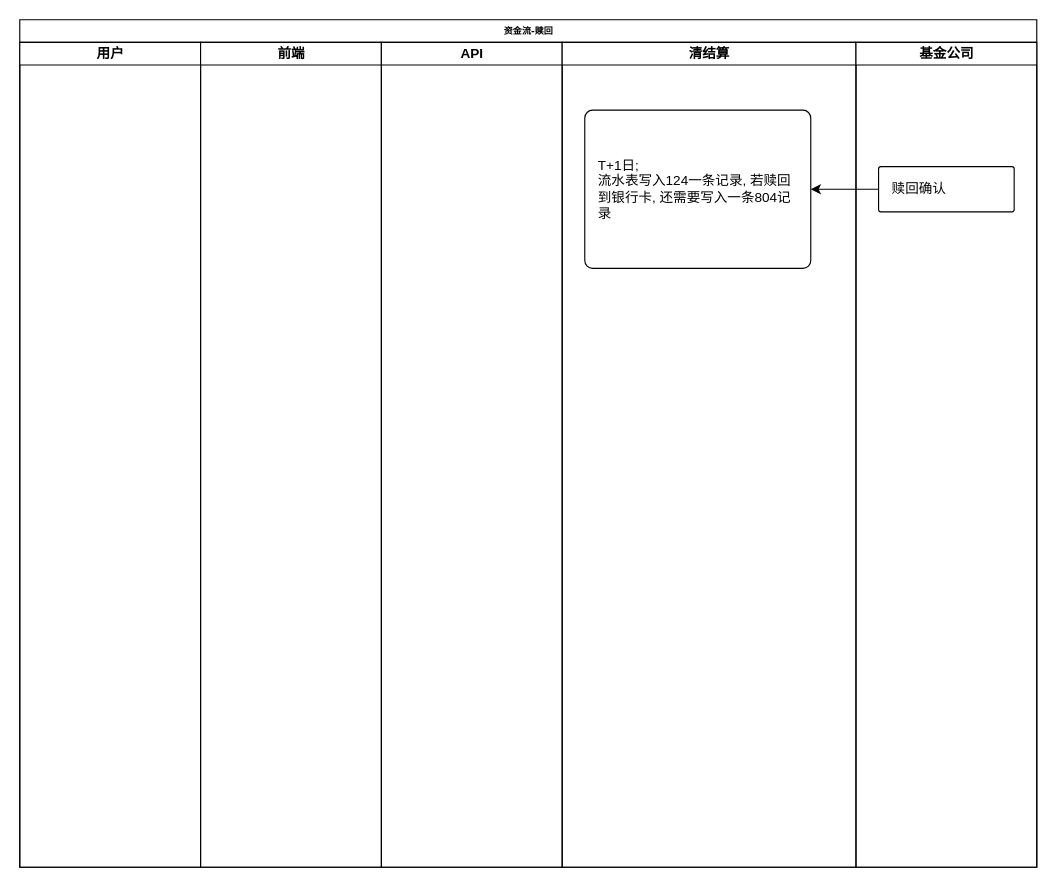
The draw.io diagram page "赎回" (5 of 7) of 2.drawio in xieyx/flow, before the edit. Source tidied: cells renumbered, new cells numbered last; positions are measured from the earlier drawing's top-left corner, leaving out a move shared by most shapes. Both pictures are drawn from the tidied source at 113%, with x=0, y=0 at pixel (19, 19).
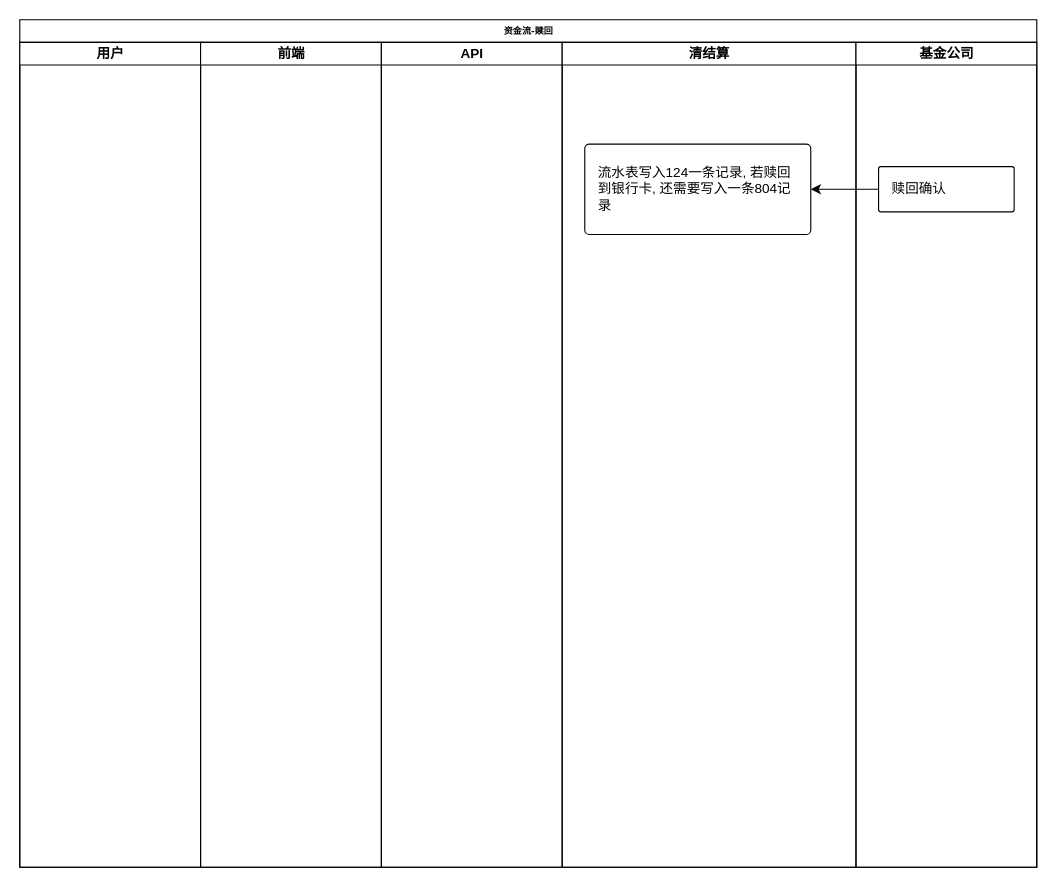
The same diagram, later.

Diff of the diagram source:
```diff
@@
 <mxGraphModel>
   <root>
     <mxCell id="0" />
     <mxCell id="1" parent="0" />
     <mxCell id="2" value="资金流-赎回" style="swimlane;html=1;startSize=20;shadow=0;labelBackgroundColor=none;strokeWidth=1;fontFamily=Verdana;fontSize=8;align=center;" parent="1" vertex="1">
       <mxGeometry width="900" height="750" as="geometry" />
     </mxCell>
     <mxCell id="3" value="用户" style="swimlane;html=1;startSize=20;" parent="2" vertex="1">
       <mxGeometry y="20" width="160" height="730" as="geometry" />
     </mxCell>
     <mxCell id="4" value="前端" style="swimlane;html=1;startSize=20;" parent="2" vertex="1">
       <mxGeometry x="160" y="20" width="160" height="730" as="geometry" />
     </mxCell>
     <mxCell id="5" value="API" style="swimlane;html=1;startSize=20;" parent="2" vertex="1">
       <mxGeometry x="320" y="20" width="160" height="730" as="geometry" />
     </mxCell>
     <mxCell id="6" value="清结算" style="swimlane;html=1;startSize=20;" parent="2" vertex="1">
       <mxGeometry x="480" y="20" width="260" height="730" as="geometry" />
     </mxCell>
     <mxCell id="7" value="基金公司" style="swimlane;html=1;startSize=20;" parent="2" vertex="1">
       <mxGeometry x="740" y="20" width="160" height="730" as="geometry" />
     </mxCell>
-    <mxCell id="8" value="T+1日;&lt;br&gt;流水表写入124一条记录, 若赎回到银行卡, 还需要写入一条804记录" style="rounded=1;whiteSpace=wrap;html=1;align=left;spacingLeft=2;spacingRight=2;spacing=10;arcSize=5;" parent="1" vertex="1">
-      <mxGeometry x="500" y="80" width="200" height="140" as="geometry" />
+    <mxCell id="8" value="流水表写入124一条记录, 若赎回到银行卡, 还需要写入一条804记录" style="rounded=1;whiteSpace=wrap;html=1;align=left;spacingLeft=2;spacingRight=2;spacing=10;arcSize=5;" parent="1" vertex="1">
+      <mxGeometry x="500" y="110" width="200" height="80" as="geometry" />
     </mxCell>
     <mxCell id="9" value="赎回确认" style="rounded=1;whiteSpace=wrap;html=1;align=left;spacingLeft=2;spacingRight=2;spacing=10;arcSize=5;" parent="1" vertex="1">
       <mxGeometry x="760" y="130" width="120" height="40" as="geometry" />
     </mxCell>
     <mxCell id="10" style="edgeStyle=orthogonalEdgeStyle;orthogonalLoop=1;jettySize=auto;html=1;exitX=0.5;exitY=1;exitDx=0;exitDy=0;" parent="1" edge="1" source="9" target="9">
       <mxGeometry relative="1" as="geometry" />
     </mxCell>
     <mxCell id="11" style="edgeStyle=orthogonalEdgeStyle;jettySize=auto;html=1;entryX=1;entryY=0.5;entryDx=0;entryDy=0;exitX=0;exitY=0.5;exitDx=0;exitDy=0;" parent="1" edge="1" source="9" target="8">
       <mxGeometry relative="1" as="geometry">
         <Array as="points">
           <mxPoint x="730" y="150" />
           <mxPoint x="730" y="150" />
         </Array>
       </mxGeometry>
     </mxCell>
   </root>
 </mxGraphModel>
```
